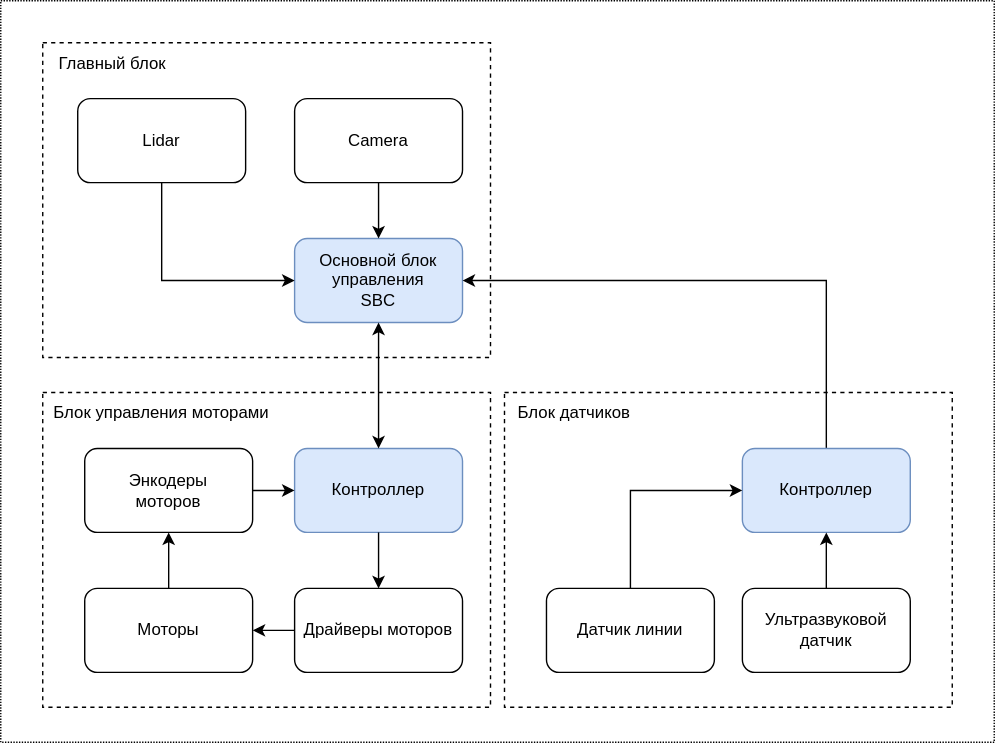
Above: docs/1. Компонентная архитектура/media/distributed_control_without_link_types.svg in makarov-na/turtle-bot (draw.io), before the change. Source tidied: cells renumbered, new cells last; positions are measured from the earlier drawing's top-left corner, leaving out a move shared by most shapes. Source of this version:
```xml
<mxGraphModel>
  <root>
    <mxCell id="0" />
    <mxCell id="1" parent="0" />
    <mxCell id="2" style="rounded=0;whiteSpace=wrap;html=1;dashed=1;dashPattern=1 1;" parent="1" vertex="1">
      <mxGeometry width="710" height="530" as="geometry" />
    </mxCell>
    <mxCell id="3" value="&lt;div style=&quot;&quot;&gt;&lt;br&gt;&lt;/div&gt;" style="rounded=0;whiteSpace=wrap;html=1;dashed=1;align=left;" parent="1" vertex="1">
      <mxGeometry x="360" y="280" width="320" height="225" as="geometry" />
    </mxCell>
    <mxCell id="4" value="&lt;div style=&quot;&quot;&gt;&lt;br&gt;&lt;/div&gt;" style="rounded=0;whiteSpace=wrap;html=1;dashed=1;align=left;" parent="1" vertex="1">
      <mxGeometry x="30" y="30" width="320" height="225" as="geometry" />
    </mxCell>
    <mxCell id="5" value="&lt;div style=&quot;&quot;&gt;&lt;br&gt;&lt;/div&gt;" style="rounded=0;whiteSpace=wrap;html=1;dashed=1;align=left;" parent="1" vertex="1">
      <mxGeometry x="30" y="280" width="320" height="225" as="geometry" />
    </mxCell>
    <mxCell id="6" value="Основной блок управления&lt;br&gt;SBC" style="rounded=1;whiteSpace=wrap;html=1;fillColor=#dae8fc;strokeColor=#6c8ebf;" parent="1" vertex="1">
      <mxGeometry x="210" y="170" width="120" height="60" as="geometry" />
    </mxCell>
    <mxCell id="7" value="Контроллер" style="rounded=1;whiteSpace=wrap;html=1;fillColor=#dae8fc;strokeColor=#6c8ebf;" parent="1" vertex="1">
      <mxGeometry x="210" y="320" width="120" height="60" as="geometry" />
    </mxCell>
    <mxCell id="8" style="endArrow=classic;startArrow=classic;html=1;rounded=0;entryX=0.5;entryY=1;entryDx=0;entryDy=0;exitX=0.5;exitY=0;exitDx=0;exitDy=0;" parent="1" edge="1" source="7" target="6">
      <mxGeometry relative="1" as="geometry" />
    </mxCell>
    <mxCell id="9" style="edgeStyle=orthogonalEdgeStyle;rounded=0;jettySize=auto;html=1;exitX=0.5;exitY=1;exitDx=0;exitDy=0;entryX=0;entryY=0.5;entryDx=0;entryDy=0;" parent="1" edge="1" source="10" target="6">
      <mxGeometry relative="1" as="geometry" />
    </mxCell>
    <mxCell id="10" value="Lidar" style="rounded=1;whiteSpace=wrap;html=1;" parent="1" vertex="1">
      <mxGeometry x="55" y="70" width="120" height="60" as="geometry" />
    </mxCell>
    <mxCell id="11" style="edgeStyle=orthogonalEdgeStyle;rounded=0;jettySize=auto;html=1;exitX=0.5;exitY=1;exitDx=0;exitDy=0;entryX=0.5;entryY=0;entryDx=0;entryDy=0;" parent="1" edge="1" source="12" target="6">
      <mxGeometry relative="1" as="geometry" />
    </mxCell>
    <mxCell id="12" value="Camera" style="rounded=1;whiteSpace=wrap;html=1;" parent="1" vertex="1">
      <mxGeometry x="210" y="70" width="120" height="60" as="geometry" />
    </mxCell>
    <mxCell id="13" style="edgeStyle=orthogonalEdgeStyle;rounded=0;jettySize=auto;html=1;" parent="1" edge="1" source="14" target="22">
      <mxGeometry relative="1" as="geometry" />
    </mxCell>
    <mxCell id="14" value="Моторы" style="rounded=1;whiteSpace=wrap;html=1;" parent="1" vertex="1">
      <mxGeometry x="60" y="420" width="120" height="60" as="geometry" />
    </mxCell>
    <mxCell id="15" style="edgeStyle=orthogonalEdgeStyle;rounded=0;jettySize=auto;html=1;exitX=0.5;exitY=0;exitDx=0;exitDy=0;entryX=1;entryY=0.5;entryDx=0;entryDy=0;" parent="1" edge="1" source="16" target="6">
      <mxGeometry relative="1" as="geometry" />
    </mxCell>
    <mxCell id="16" value="Контроллер" style="rounded=1;whiteSpace=wrap;html=1;fillColor=#dae8fc;strokeColor=#6c8ebf;" parent="1" vertex="1">
      <mxGeometry x="530" y="320" width="120" height="60" as="geometry" />
    </mxCell>
    <mxCell id="17" style="edgeStyle=orthogonalEdgeStyle;rounded=0;jettySize=auto;html=1;entryX=0;entryY=0.5;entryDx=0;entryDy=0;exitX=0.5;exitY=0;exitDx=0;exitDy=0;" parent="1" edge="1" source="18" target="16">
      <mxGeometry relative="1" as="geometry" />
    </mxCell>
    <mxCell id="18" value="Датчик линии" style="rounded=1;whiteSpace=wrap;html=1;" parent="1" vertex="1">
      <mxGeometry x="390" y="420" width="120" height="60" as="geometry" />
    </mxCell>
    <mxCell id="19" style="edgeStyle=orthogonalEdgeStyle;rounded=0;jettySize=auto;html=1;" parent="1" edge="1" source="20" target="16">
      <mxGeometry relative="1" as="geometry" />
    </mxCell>
    <mxCell id="20" value="Ультразвуковой датчик" style="rounded=1;whiteSpace=wrap;html=1;" parent="1" vertex="1">
      <mxGeometry x="530" y="420" width="120" height="60" as="geometry" />
    </mxCell>
    <mxCell id="21" style="edgeStyle=orthogonalEdgeStyle;rounded=0;jettySize=auto;html=1;exitX=1;exitY=0.5;exitDx=0;exitDy=0;entryX=0;entryY=0.5;entryDx=0;entryDy=0;" parent="1" edge="1" source="22" target="7">
      <mxGeometry relative="1" as="geometry" />
    </mxCell>
    <mxCell id="22" value="Энкодеры &lt;br&gt;моторов" style="rounded=1;whiteSpace=wrap;html=1;" parent="1" vertex="1">
      <mxGeometry x="60" y="320" width="120" height="60" as="geometry" />
    </mxCell>
    <mxCell id="23" value="Драйверы моторов" style="rounded=1;whiteSpace=wrap;html=1;" parent="1" vertex="1">
      <mxGeometry x="210" y="420" width="120" height="60" as="geometry" />
    </mxCell>
    <mxCell id="24" style="endArrow=none;html=1;rounded=0;entryX=0.5;entryY=1;entryDx=0;entryDy=0;exitX=0.5;exitY=0;exitDx=0;exitDy=0;startArrow=classic;startFill=1;endFill=0;" parent="1" edge="1" source="23" target="7">
      <mxGeometry relative="1" as="geometry">
        <Array as="points">
          <mxPoint x="270" y="400" />
        </Array>
      </mxGeometry>
    </mxCell>
    <mxCell id="25" style="endArrow=classic;html=1;rounded=0;exitX=0;exitY=0.5;exitDx=0;exitDy=0;entryX=1;entryY=0.5;entryDx=0;entryDy=0;" parent="1" edge="1" source="23" target="14">
      <mxGeometry relative="1" as="geometry" />
    </mxCell>
    <mxCell id="26" value="Блок датчиков" style="text;html=1;align=center;verticalAlign=middle;whiteSpace=wrap;rounded=0;" parent="1" vertex="1">
      <mxGeometry x="360" y="280" width="100" height="30" as="geometry" />
    </mxCell>
    <mxCell id="27" value="Блок управления моторами" style="text;html=1;align=center;verticalAlign=middle;whiteSpace=wrap;rounded=0;" parent="1" vertex="1">
      <mxGeometry x="30" y="280" width="170" height="30" as="geometry" />
    </mxCell>
    <mxCell id="28" value="Главный блок" style="text;html=1;align=center;verticalAlign=middle;whiteSpace=wrap;rounded=0;" parent="1" vertex="1">
      <mxGeometry x="30" y="30" width="100" height="30" as="geometry" />
    </mxCell>
  </root>
</mxGraphModel>
```
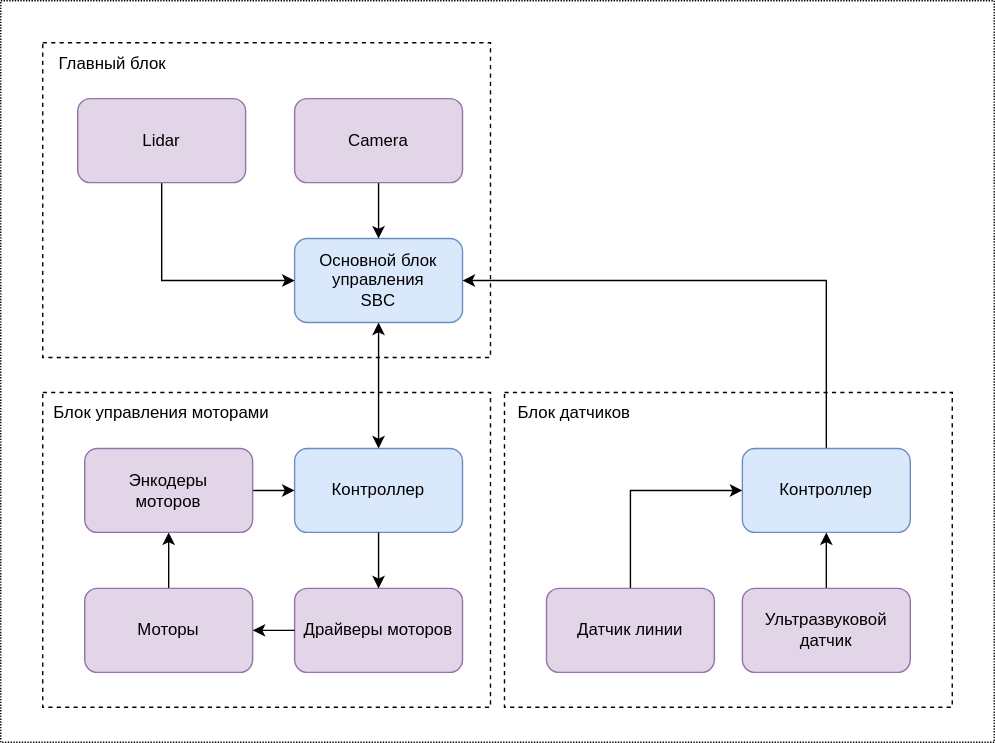
After the commit.

The edit, as a diff of the source:
```diff
@@ -26,19 +26,19 @@
     <mxCell id="9" style="edgeStyle=orthogonalEdgeStyle;rounded=0;jettySize=auto;html=1;exitX=0.5;exitY=1;exitDx=0;exitDy=0;entryX=0;entryY=0.5;entryDx=0;entryDy=0;" parent="1" edge="1" source="10" target="6">
       <mxGeometry relative="1" as="geometry" />
     </mxCell>
-    <mxCell id="10" value="Lidar" style="rounded=1;whiteSpace=wrap;html=1;" parent="1" vertex="1">
+    <mxCell id="10" value="Lidar" style="rounded=1;whiteSpace=wrap;html=1;fillColor=#e1d5e7;strokeColor=#9673a6;" parent="1" vertex="1">
       <mxGeometry x="55" y="70" width="120" height="60" as="geometry" />
     </mxCell>
     <mxCell id="11" style="edgeStyle=orthogonalEdgeStyle;rounded=0;jettySize=auto;html=1;exitX=0.5;exitY=1;exitDx=0;exitDy=0;entryX=0.5;entryY=0;entryDx=0;entryDy=0;" parent="1" edge="1" source="12" target="6">
       <mxGeometry relative="1" as="geometry" />
     </mxCell>
-    <mxCell id="12" value="Camera" style="rounded=1;whiteSpace=wrap;html=1;" parent="1" vertex="1">
+    <mxCell id="12" value="Camera" style="rounded=1;whiteSpace=wrap;html=1;fillColor=#e1d5e7;strokeColor=#9673a6;" parent="1" vertex="1">
       <mxGeometry x="210" y="70" width="120" height="60" as="geometry" />
     </mxCell>
     <mxCell id="13" style="edgeStyle=orthogonalEdgeStyle;rounded=0;jettySize=auto;html=1;" parent="1" edge="1" source="14" target="22">
       <mxGeometry relative="1" as="geometry" />
     </mxCell>
-    <mxCell id="14" value="Моторы" style="rounded=1;whiteSpace=wrap;html=1;" parent="1" vertex="1">
+    <mxCell id="14" value="Моторы" style="rounded=1;whiteSpace=wrap;html=1;fillColor=#e1d5e7;strokeColor=#9673a6;" parent="1" vertex="1">
       <mxGeometry x="60" y="420" width="120" height="60" as="geometry" />
     </mxCell>
     <mxCell id="15" style="edgeStyle=orthogonalEdgeStyle;rounded=0;jettySize=auto;html=1;exitX=0.5;exitY=0;exitDx=0;exitDy=0;entryX=1;entryY=0.5;entryDx=0;entryDy=0;" parent="1" edge="1" source="16" target="6">
@@ -50,22 +50,22 @@
     <mxCell id="17" style="edgeStyle=orthogonalEdgeStyle;rounded=0;jettySize=auto;html=1;entryX=0;entryY=0.5;entryDx=0;entryDy=0;exitX=0.5;exitY=0;exitDx=0;exitDy=0;" parent="1" edge="1" source="18" target="16">
       <mxGeometry relative="1" as="geometry" />
     </mxCell>
-    <mxCell id="18" value="Датчик линии" style="rounded=1;whiteSpace=wrap;html=1;" parent="1" vertex="1">
+    <mxCell id="18" value="Датчик линии" style="rounded=1;whiteSpace=wrap;html=1;fillColor=#e1d5e7;strokeColor=#9673a6;" parent="1" vertex="1">
       <mxGeometry x="390" y="420" width="120" height="60" as="geometry" />
     </mxCell>
     <mxCell id="19" style="edgeStyle=orthogonalEdgeStyle;rounded=0;jettySize=auto;html=1;" parent="1" edge="1" source="20" target="16">
       <mxGeometry relative="1" as="geometry" />
     </mxCell>
-    <mxCell id="20" value="Ультразвуковой датчик" style="rounded=1;whiteSpace=wrap;html=1;" parent="1" vertex="1">
+    <mxCell id="20" value="Ультразвуковой датчик" style="rounded=1;whiteSpace=wrap;html=1;fillColor=#e1d5e7;strokeColor=#9673a6;" parent="1" vertex="1">
       <mxGeometry x="530" y="420" width="120" height="60" as="geometry" />
     </mxCell>
     <mxCell id="21" style="edgeStyle=orthogonalEdgeStyle;rounded=0;jettySize=auto;html=1;exitX=1;exitY=0.5;exitDx=0;exitDy=0;entryX=0;entryY=0.5;entryDx=0;entryDy=0;" parent="1" edge="1" source="22" target="7">
       <mxGeometry relative="1" as="geometry" />
     </mxCell>
-    <mxCell id="22" value="Энкодеры &lt;br&gt;моторов" style="rounded=1;whiteSpace=wrap;html=1;" parent="1" vertex="1">
+    <mxCell id="22" value="Энкодеры &lt;br&gt;моторов" style="rounded=1;whiteSpace=wrap;html=1;fillColor=#e1d5e7;strokeColor=#9673a6;" parent="1" vertex="1">
       <mxGeometry x="60" y="320" width="120" height="60" as="geometry" />
     </mxCell>
-    <mxCell id="23" value="Драйверы моторов" style="rounded=1;whiteSpace=wrap;html=1;" parent="1" vertex="1">
+    <mxCell id="23" value="Драйверы моторов" style="rounded=1;whiteSpace=wrap;html=1;fillColor=#e1d5e7;strokeColor=#9673a6;" parent="1" vertex="1">
       <mxGeometry x="210" y="420" width="120" height="60" as="geometry" />
     </mxCell>
     <mxCell id="24" style="endArrow=none;html=1;rounded=0;entryX=0.5;entryY=1;entryDx=0;entryDy=0;exitX=0.5;exitY=0;exitDx=0;exitDy=0;startArrow=classic;startFill=1;endFill=0;" parent="1" edge="1" source="23" target="7">
```
